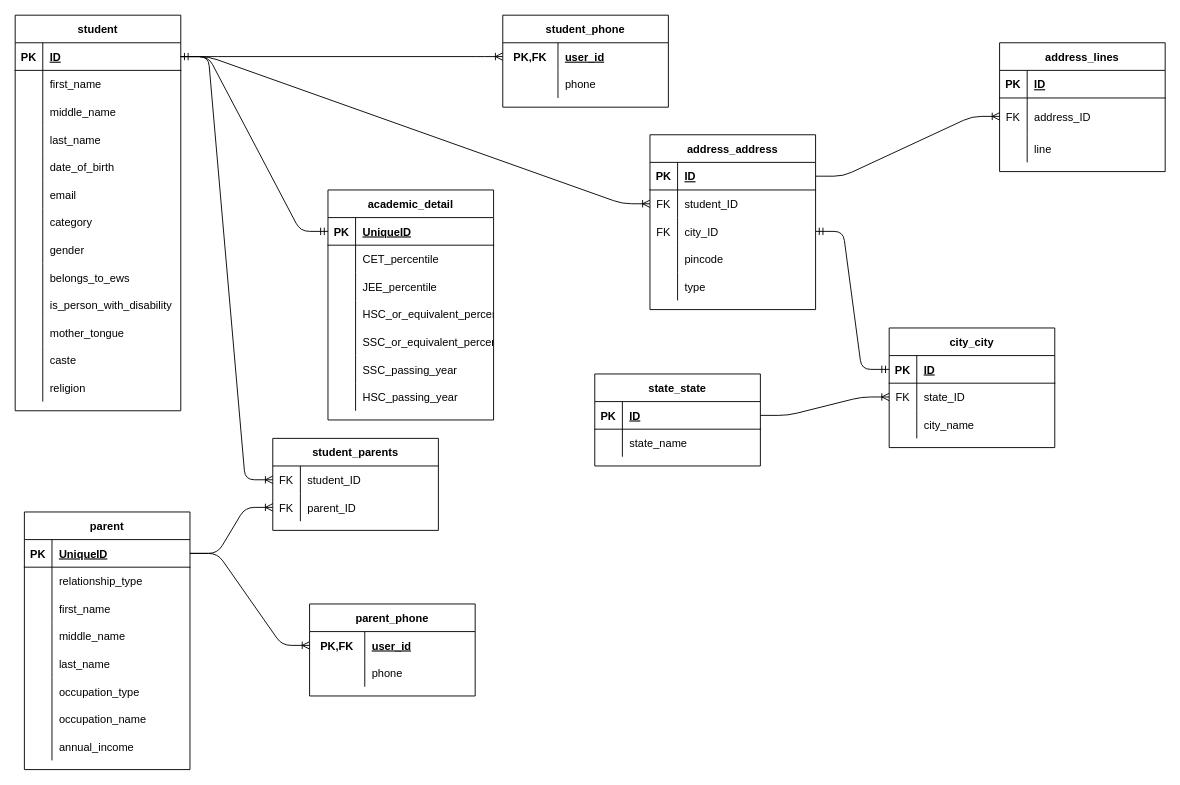
Before: DatabaseDiagram.drawio in EquipstatTSEC/student-admission-system, a draw.io diagram. Source tidied: cells renumbered, new cells numbered last; positions are measured from the earlier drawing's top-left corner, leaving out a move shared by most shapes. Both pictures are drawn from the tidied source at 92%, with x=0, y=0 at pixel (15, 15).
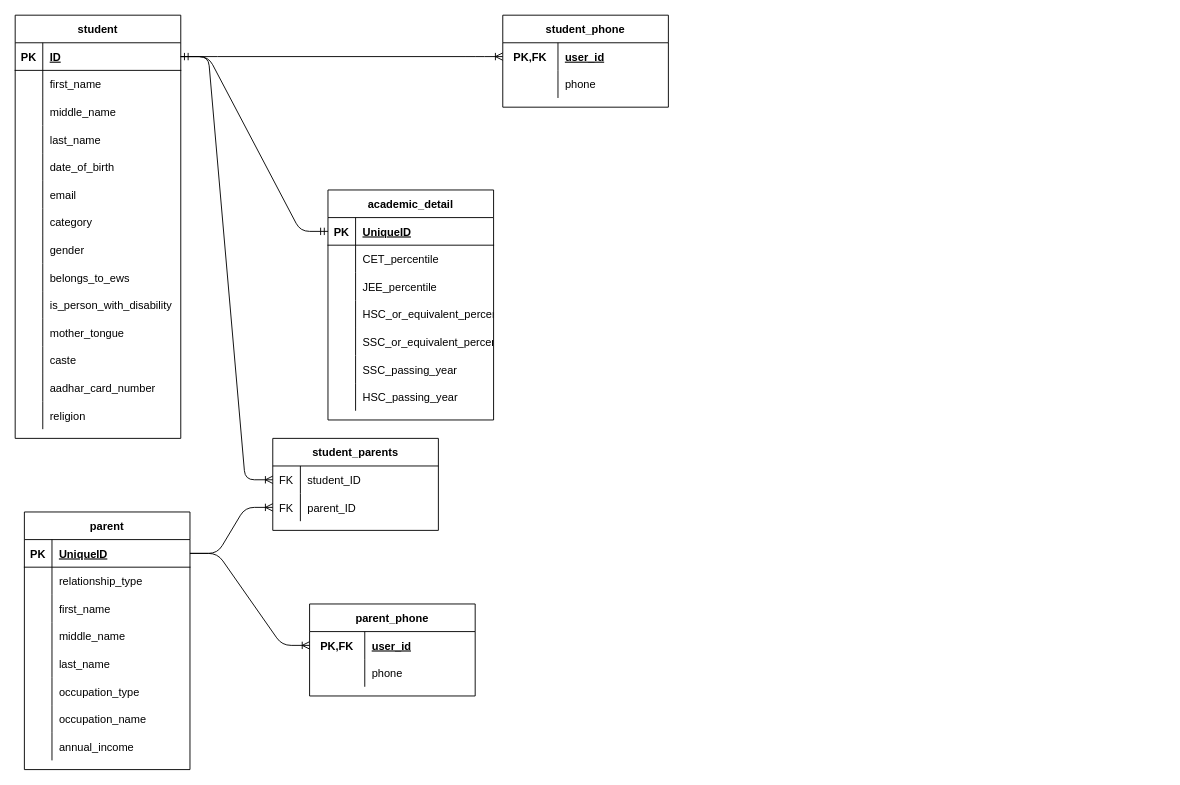
After the change.

The change refers to these unchanged cells:
```xml
<mxCell id="3" style="shape=partialRectangle;fillColor=none;top=0;left=0;bottom=1;right=0;points=[[0,0.5],[1,0.5]];portConstraint=eastwest;" parent="2" vertex="1">
  <mxGeometry y="30" width="180" height="30" as="geometry" />
</mxCell>
```

The edit, as a diff of the source:
```diff
@@
     <mxCell id="2" value="student" style="shape=table;startSize=30;childLayout=tableLayout;rowLines=0;fontStyle=1;align=center;" parent="1" vertex="1">
-      <mxGeometry width="180" height="430" as="geometry" />
+      <mxGeometry width="180" height="460" as="geometry" />
     </mxCell>
@@
+    <mxCell id="162" style="shape=partialRectangle;fillColor=none;top=0;left=0;bottom=0;right=0;" parent="2" vertex="1">
+      <mxGeometry y="390" width="180" height="30" as="geometry" />
+    </mxCell>
+    <mxCell id="163" style="shape=partialRectangle;fillColor=none;top=0;left=0;bottom=0;right=0;overflow=hidden;" parent="162" vertex="1">
+      <mxGeometry width="30" height="30" as="geometry" />
+    </mxCell>
+    <mxCell id="164" value="aadhar_card_number" style="shape=partialRectangle;fillColor=none;top=0;left=0;bottom=0;right=0;align=left;spacingLeft=6;overflow=hidden;" parent="162" vertex="1">
+      <mxGeometry x="30" width="150" height="30" as="geometry" />
+    </mxCell>
     <mxCell id="39" style="shape=partialRectangle;fillColor=none;top=0;left=0;bottom=0;right=0;" parent="2" vertex="1">
-      <mxGeometry y="390" width="180" height="30" as="geometry" />
+      <mxGeometry y="420" width="180" height="30" as="geometry" />
     </mxCell>
@@
-    <mxCell id="42" value="address_address" style="shape=table;startSize=30;childLayout=tableLayout;rowLines=0;fontStyle=1;align=center;" parent="1" vertex="1">
-      <mxGeometry x="690" y="130" width="180" height="190" as="geometry" />
-    </mxCell>
-    <mxCell id="43" style="shape=partialRectangle;fillColor=none;top=0;left=0;bottom=1;right=0;points=[[0,0.5],[1,0.5]];portConstraint=eastwest;" parent="42" vertex="1">
-      <mxGeometry y="30" width="180" height="30" as="geometry" />
-    </mxCell>
-    <mxCell id="44" value="PK" style="shape=partialRectangle;fillColor=none;top=0;left=0;bottom=0;right=0;fontStyle=1;overflow=hidden;" parent="43" vertex="1">
-      <mxGeometry width="30" height="30" as="geometry" />
-    </mxCell>
-    <mxCell id="45" value="ID" style="shape=partialRectangle;fillColor=none;top=0;left=0;bottom=0;right=0;align=left;spacingLeft=6;fontStyle=5;overflow=hidden;" parent="43" vertex="1">
-      <mxGeometry x="30" width="150" height="30" as="geometry" />
-    </mxCell>
-    <mxCell id="46" style="shape=partialRectangle;fillColor=none;top=0;left=0;bottom=0;right=0;points=[[0,0.5],[1,0.5]];portConstraint=eastwest;" parent="42" vertex="1">
-      <mxGeometry y="60" width="180" height="30" as="geometry" />
-    </mxCell>
-    <mxCell id="47" value="FK" style="shape=partialRectangle;fillColor=none;top=0;left=0;bottom=0;right=0;fontStyle=0;overflow=hidden;" parent="46" vertex="1">
-      <mxGeometry width="30" height="30" as="geometry" />
-    </mxCell>
-    <mxCell id="48" value="student_ID" style="shape=partialRectangle;fillColor=none;top=0;left=0;bottom=0;right=0;align=left;spacingLeft=6;fontStyle=0;overflow=hidden;" parent="46" vertex="1">
-      <mxGeometry x="30" width="150" height="30" as="geometry" />
-    </mxCell>
-    <mxCell id="49" style="shape=partialRectangle;fillColor=none;top=0;left=0;bottom=0;right=0;points=[[0,0.5],[1,0.5]];portConstraint=eastwest;" parent="42" vertex="1">
-      <mxGeometry y="90" width="180" height="30" as="geometry" />
-    </mxCell>
-    <mxCell id="50" value="FK" style="shape=partialRectangle;fillColor=none;top=0;left=0;bottom=0;right=0;overflow=hidden;" parent="49" vertex="1">
-      <mxGeometry width="30" height="30" as="geometry" />
-    </mxCell>
-    <mxCell id="51" value="city_ID" style="shape=partialRectangle;fillColor=none;top=0;left=0;bottom=0;right=0;align=left;spacingLeft=6;overflow=hidden;" parent="49" vertex="1">
-      <mxGeometry x="30" width="150" height="30" as="geometry" />
-    </mxCell>
-    <mxCell id="52" style="shape=partialRectangle;fillColor=none;top=0;left=0;bottom=0;right=0;" parent="42" vertex="1">
-      <mxGeometry y="120" width="180" height="30" as="geometry" />
-    </mxCell>
-    <mxCell id="53" style="shape=partialRectangle;fillColor=none;top=0;left=0;bottom=0;right=0;overflow=hidden;" parent="52" vertex="1">
-      <mxGeometry width="30" height="30" as="geometry" />
-    </mxCell>
-    <mxCell id="54" value="pincode" style="shape=partialRectangle;fillColor=none;top=0;left=0;bottom=0;right=0;align=left;spacingLeft=6;overflow=hidden;" parent="52" vertex="1">
-      <mxGeometry x="30" width="150" height="30" as="geometry" />
-    </mxCell>
-    <mxCell id="55" style="shape=partialRectangle;fillColor=none;top=0;left=0;bottom=0;right=0;" parent="42" vertex="1">
-      <mxGeometry y="150" width="180" height="30" as="geometry" />
-    </mxCell>
-    <mxCell id="56" style="shape=partialRectangle;fillColor=none;top=0;left=0;bottom=0;right=0;overflow=hidden;" parent="55" vertex="1">
-      <mxGeometry width="30" height="30" as="geometry" />
-    </mxCell>
-    <mxCell id="57" value="type" style="shape=partialRectangle;fillColor=none;top=0;left=0;bottom=0;right=0;align=left;spacingLeft=6;overflow=hidden;" parent="55" vertex="1">
-      <mxGeometry x="30" width="150" height="30" as="geometry" />
-    </mxCell>
-    <mxCell id="58" value="address_lines" style="shape=table;startSize=30;childLayout=tableLayout;rowLines=0;fontStyle=1;align=center;" parent="1" vertex="1">
-      <mxGeometry x="1070" y="30" width="180" height="140" as="geometry" />
-    </mxCell>
-    <mxCell id="59" style="shape=partialRectangle;fillColor=none;top=0;left=0;bottom=1;right=0;" parent="58" vertex="1">
-      <mxGeometry y="30" width="180" height="30" as="geometry" />
-    </mxCell>
-    <mxCell id="60" value="PK" style="shape=partialRectangle;fillColor=none;top=0;left=0;bottom=0;right=0;fontStyle=1;overflow=hidden;" parent="59" vertex="1">
-      <mxGeometry width="30" height="30" as="geometry" />
-    </mxCell>
-    <mxCell id="61" value="ID" style="shape=partialRectangle;fillColor=none;top=0;left=0;bottom=0;right=0;align=left;spacingLeft=6;fontStyle=5;overflow=hidden;" parent="59" vertex="1">
-      <mxGeometry x="30" width="150" height="30" as="geometry" />
-    </mxCell>
-    <mxCell id="62" style="shape=partialRectangle;fillColor=none;top=0;left=0;bottom=0;right=0;points=[[0,0.5],[1,0.5]];portConstraint=eastwest;" parent="58" vertex="1">
-      <mxGeometry y="60" width="180" height="40" as="geometry" />
-    </mxCell>
-    <mxCell id="63" value="FK" style="shape=partialRectangle;fillColor=none;top=0;left=0;bottom=0;right=0;fontStyle=0;overflow=hidden;" parent="62" vertex="1">
-      <mxGeometry width="30" height="40" as="geometry" />
-    </mxCell>
-    <mxCell id="64" value="address_ID" style="shape=partialRectangle;fillColor=none;top=0;left=0;bottom=0;right=0;align=left;spacingLeft=6;fontStyle=0;overflow=hidden;" parent="62" vertex="1">
-      <mxGeometry x="30" width="150" height="40" as="geometry" />
-    </mxCell>
-    <mxCell id="65" style="shape=partialRectangle;fillColor=none;top=0;left=0;bottom=0;right=0;" parent="58" vertex="1">
-      <mxGeometry y="100" width="180" height="30" as="geometry" />
-    </mxCell>
-    <mxCell id="66" style="shape=partialRectangle;fillColor=none;top=0;left=0;bottom=0;right=0;overflow=hidden;" parent="65" vertex="1">
-      <mxGeometry width="30" height="30" as="geometry" />
-    </mxCell>
-    <mxCell id="67" value="line" style="shape=partialRectangle;fillColor=none;top=0;left=0;bottom=0;right=0;align=left;spacingLeft=6;overflow=hidden;" parent="65" vertex="1">
-      <mxGeometry x="30" width="150" height="30" as="geometry" />
-    </mxCell>
@@
-    <mxCell id="69" style="edgeStyle=entityRelationEdgeStyle;fontSize=12;html=1;endArrow=ERoneToMany;entryX=0;entryY=0.5;entryDx=0;entryDy=0;exitX=1;exitY=0.5;exitDx=0;exitDy=0;" parent="1" edge="1" source="43" target="62">
-      <mxGeometry relative="1" as="geometry" />
-    </mxCell>
-    <mxCell id="70" style="edgeStyle=entityRelationEdgeStyle;fontSize=12;html=1;endArrow=ERoneToMany;exitX=1;exitY=0.5;exitDx=0;exitDy=0;entryX=0;entryY=0.5;entryDx=0;entryDy=0;" parent="1" edge="1" source="3" target="46">
-      <mxGeometry relative="1" as="geometry" />
-    </mxCell>
-    <mxCell id="71" value="state_state" style="shape=table;startSize=30;childLayout=tableLayout;rowLines=0;fontStyle=1;align=center;" parent="1" vertex="1">
-      <mxGeometry x="630" y="390" width="180" height="100" as="geometry" />
-    </mxCell>
-    <mxCell id="72" style="shape=partialRectangle;fillColor=none;top=0;left=0;bottom=1;right=0;points=[[0,0.5],[1,0.5]];portConstraint=eastwest;" parent="71" vertex="1">
-      <mxGeometry y="30" width="180" height="30" as="geometry" />
-    </mxCell>
-    <mxCell id="73" value="PK" style="shape=partialRectangle;fillColor=none;top=0;left=0;bottom=0;right=0;fontStyle=1;overflow=hidden;" parent="72" vertex="1">
-      <mxGeometry width="30" height="30" as="geometry" />
-    </mxCell>
-    <mxCell id="74" value="ID" style="shape=partialRectangle;fillColor=none;top=0;left=0;bottom=0;right=0;align=left;spacingLeft=6;fontStyle=5;overflow=hidden;" parent="72" vertex="1">
-      <mxGeometry x="30" width="150" height="30" as="geometry" />
-    </mxCell>
-    <mxCell id="75" style="shape=partialRectangle;fillColor=none;top=0;left=0;bottom=0;right=0;" parent="71" vertex="1">
-      <mxGeometry y="60" width="180" height="30" as="geometry" />
-    </mxCell>
-    <mxCell id="76" style="shape=partialRectangle;fillColor=none;top=0;left=0;bottom=0;right=0;overflow=hidden;" parent="75" vertex="1">
-      <mxGeometry width="30" height="30" as="geometry" />
-    </mxCell>
-    <mxCell id="77" value="state_name" style="shape=partialRectangle;fillColor=none;top=0;left=0;bottom=0;right=0;align=left;spacingLeft=6;overflow=hidden;" parent="75" vertex="1">
-      <mxGeometry x="30" width="150" height="30" as="geometry" />
-    </mxCell>
-    <mxCell id="78" value="city_city" style="shape=table;startSize=30;childLayout=tableLayout;rowLines=0;fontStyle=1;align=center;" parent="1" vertex="1">
-      <mxGeometry x="950" y="340" width="180" height="130" as="geometry" />
-    </mxCell>
-    <mxCell id="79" style="shape=partialRectangle;fillColor=none;top=0;left=0;bottom=1;right=0;points=[[0,0.5],[1,0.5]];portConstraint=eastwest;" parent="78" vertex="1">
-      <mxGeometry y="30" width="180" height="30" as="geometry" />
-    </mxCell>
-    <mxCell id="80" value="PK" style="shape=partialRectangle;fillColor=none;top=0;left=0;bottom=0;right=0;fontStyle=1;overflow=hidden;" parent="79" vertex="1">
-      <mxGeometry width="30" height="30" as="geometry" />
-    </mxCell>
-    <mxCell id="81" value="ID" style="shape=partialRectangle;fillColor=none;top=0;left=0;bottom=0;right=0;align=left;spacingLeft=6;fontStyle=5;overflow=hidden;" parent="79" vertex="1">
-      <mxGeometry x="30" width="150" height="30" as="geometry" />
-    </mxCell>
-    <mxCell id="82" style="shape=partialRectangle;fillColor=none;top=0;left=0;bottom=0;right=0;points=[[0,0.5],[1,0.5]];portConstraint=eastwest;" parent="78" vertex="1">
-      <mxGeometry y="60" width="180" height="30" as="geometry" />
-    </mxCell>
-    <mxCell id="83" value="FK" style="shape=partialRectangle;fillColor=none;top=0;left=0;bottom=0;right=0;fontStyle=0;overflow=hidden;" parent="82" vertex="1">
-      <mxGeometry width="30" height="30" as="geometry" />
-    </mxCell>
-    <mxCell id="84" value="state_ID" style="shape=partialRectangle;fillColor=none;top=0;left=0;bottom=0;right=0;align=left;spacingLeft=6;fontStyle=0;overflow=hidden;" parent="82" vertex="1">
-      <mxGeometry x="30" width="150" height="30" as="geometry" />
-    </mxCell>
-    <mxCell id="85" style="shape=partialRectangle;fillColor=none;top=0;left=0;bottom=0;right=0;" parent="78" vertex="1">
-      <mxGeometry y="90" width="180" height="30" as="geometry" />
-    </mxCell>
-    <mxCell id="86" style="shape=partialRectangle;fillColor=none;top=0;left=0;bottom=0;right=0;overflow=hidden;" parent="85" vertex="1">
-      <mxGeometry width="30" height="30" as="geometry" />
-    </mxCell>
-    <mxCell id="87" value="city_name" style="shape=partialRectangle;fillColor=none;top=0;left=0;bottom=0;right=0;align=left;spacingLeft=6;overflow=hidden;" parent="85" vertex="1">
-      <mxGeometry x="30" width="150" height="30" as="geometry" />
-    </mxCell>
-    <mxCell id="88" style="edgeStyle=entityRelationEdgeStyle;fontSize=12;html=1;endArrow=ERoneToMany;exitX=1;exitY=0.5;exitDx=0;exitDy=0;entryX=0;entryY=0.5;entryDx=0;entryDy=0;" parent="1" edge="1" source="72" target="82">
-      <mxGeometry relative="1" as="geometry" />
-    </mxCell>
-    <mxCell id="89" style="edgeStyle=entityRelationEdgeStyle;fontSize=12;html=1;endArrow=ERmandOne;startArrow=ERmandOne;exitX=1;exitY=0.5;exitDx=0;exitDy=0;entryX=0;entryY=0.5;entryDx=0;entryDy=0;" parent="1" edge="1" source="49" target="79">
-      <mxGeometry relative="1" as="geometry" />
-    </mxCell>
```
